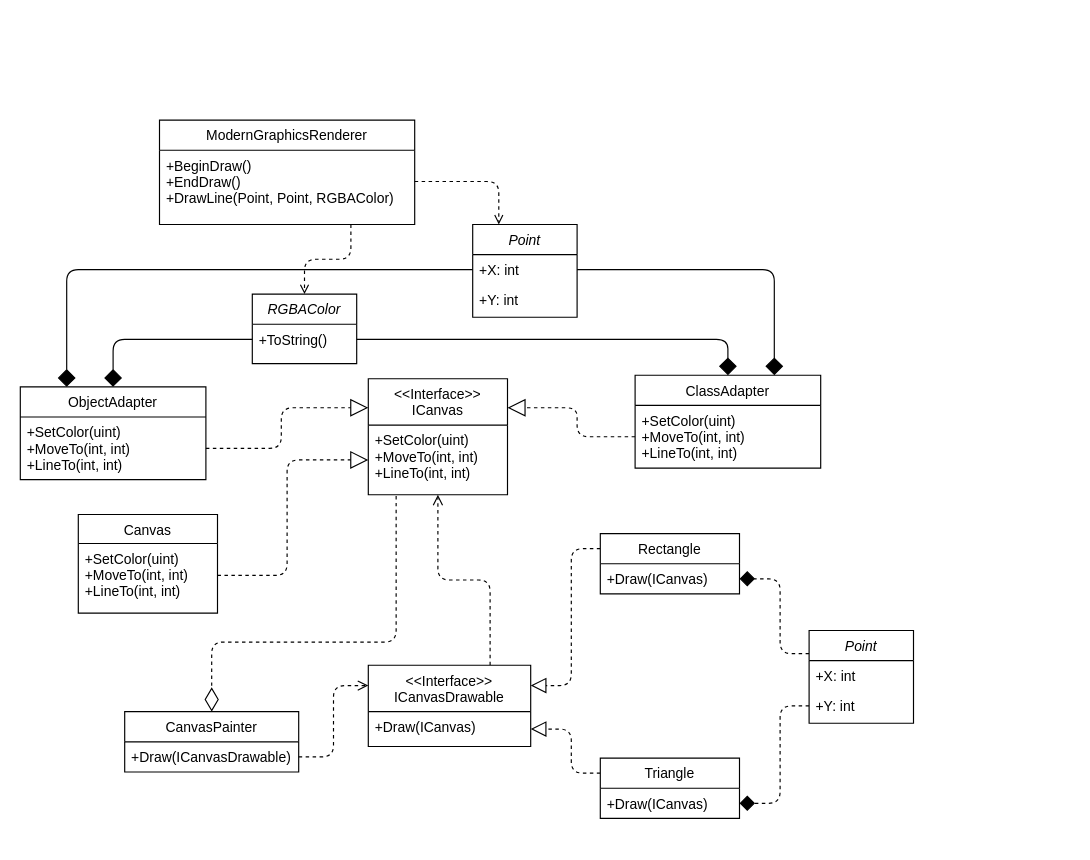
Earlier version of the draw.io diagram lab6/uml.drawio (Carapacik/ood_2020). Source tidied: cells renumbered, new cells numbered last; positions are measured from the earlier drawing's top-left corner, leaving out a move shared by most shapes. Both pictures are drawn from the tidied source at 116%, with x=0, y=0 at pixel (20, 119).
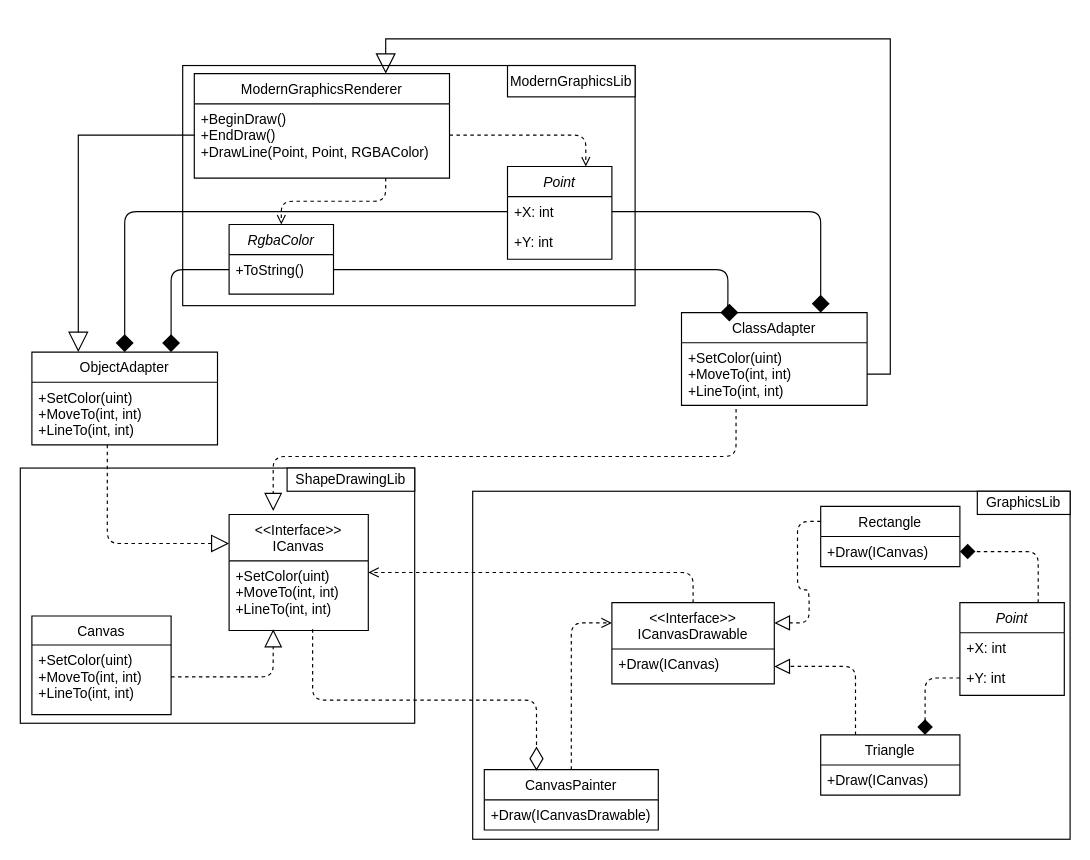
The same diagram, later.

The change refers to these unchanged cells:
```xml
<mxCell id="5" value="+Y: int" style="text;align=left;verticalAlign=top;spacingLeft=4;spacingRight=4;overflow=hidden;points=[[0,0.5],[1,0.5]];portConstraint=eastwest;rounded=0;shadow=0;html=0;" parent="3" vertex="1">
  <mxGeometry y="52" width="90" height="26" as="geometry" />
</mxCell>
<mxCell id="7" value="+SetColor(uint)&#10;+MoveTo(int, int)&#10;+LineTo(int, int)" style="text;align=left;verticalAlign=top;spacingLeft=4;spacingRight=4;overflow=hidden;points=[[0,0.5],[1,0.5]];portConstraint=eastwest;" parent="6" vertex="1">
  <mxGeometry y="26" width="160" height="54" as="geometry" />
</mxCell>
<mxCell id="11" value="+BeginDraw()&#10;+EndDraw()&#10;+DrawLine(Point, Point, RGBAColor)" style="text;align=left;verticalAlign=top;spacingLeft=4;spacingRight=4;overflow=hidden;points=[[0,0.5],[1,0.5]];portConstraint=eastwest;" parent="10" vertex="1">
  <mxGeometry y="26" width="220" height="54" as="geometry" />
</mxCell>
<mxCell id="14" value="+Draw(ICanvas)" style="text;align=left;verticalAlign=top;spacingLeft=4;spacingRight=4;overflow=hidden;points=[[0,0.5],[1,0.5]];portConstraint=eastwest;" parent="13" vertex="1">
  <mxGeometry y="26" width="120" height="26" as="geometry" />
</mxCell>
<mxCell id="17" value="+Draw(ICanvas)" style="text;align=left;verticalAlign=top;spacingLeft=4;spacingRight=4;overflow=hidden;points=[[0,0.5],[1,0.5]];portConstraint=eastwest;" parent="16" vertex="1">
  <mxGeometry y="26" width="120" height="26" as="geometry" />
</mxCell>
<mxCell id="19" value="+SetColor(uint)&#10;+MoveTo(int, int)&#10;+LineTo(int, int)" style="text;align=left;verticalAlign=top;spacingLeft=4;spacingRight=4;overflow=hidden;points=[[0,0.5],[1,0.5]];portConstraint=eastwest;" parent="18" vertex="1">
  <mxGeometry y="40" width="120" height="60" as="geometry" />
</mxCell>
<mxCell id="22" value="+Draw(ICanvas)" style="text;align=left;verticalAlign=top;spacingLeft=4;spacingRight=4;overflow=hidden;points=[[0,0.5],[1,0.5]];portConstraint=eastwest;" parent="21" vertex="1">
  <mxGeometry y="40" width="140" height="30" as="geometry" />
</mxCell>
<mxCell id="24" value="+Draw(ICanvasDrawable)" style="text;align=left;verticalAlign=top;spacingLeft=4;spacingRight=4;overflow=hidden;points=[[0,0.5],[1,0.5]];portConstraint=eastwest;" parent="23" vertex="1">
  <mxGeometry y="26" width="150" height="26" as="geometry" />
</mxCell>
<mxCell id="26" value="+SetColor(uint)&#10;+MoveTo(int, int)&#10;+LineTo(int, int)" style="text;align=left;verticalAlign=top;spacingLeft=4;spacingRight=4;overflow=hidden;points=[[0,0.5],[1,0.5]];portConstraint=eastwest;" parent="25" vertex="1">
  <mxGeometry y="25" width="120" height="55" as="geometry" />
</mxCell>
<mxCell id="28" value="+X: int" style="text;align=left;verticalAlign=top;spacingLeft=4;spacingRight=4;overflow=hidden;points=[[0,0.5],[1,0.5]];portConstraint=eastwest;" parent="27" vertex="1">
  <mxGeometry y="26" width="90" height="26" as="geometry" />
</mxCell>
<mxCell id="31" value="+SetColor(uint)&#10;+MoveTo(int, int)&#10;+LineTo(int, int)" style="text;align=left;verticalAlign=top;spacingLeft=4;spacingRight=4;overflow=hidden;points=[[0,0.5],[1,0.5]];portConstraint=eastwest;" parent="30" vertex="1">
  <mxGeometry y="26" width="160" height="54" as="geometry" />
</mxCell>
<mxCell id="33" value="+ToString()" style="text;align=left;verticalAlign=top;spacingLeft=4;spacingRight=4;overflow=hidden;points=[[0,0.5],[1,0.5]];portConstraint=eastwest;" parent="32" vertex="1">
  <mxGeometry y="26" width="90" height="26" as="geometry" />
</mxCell>
```

Diff of the diagram source:
```diff
@@
+    <mxCell id="44" style="rounded=0;whiteSpace=wrap;html=1;" parent="1" vertex="1">
+      <mxGeometry y="300" width="340" height="220" as="geometry" />
+    </mxCell>
+    <mxCell id="45" style="rounded=0;whiteSpace=wrap;html=1;" parent="1" vertex="1">
+      <mxGeometry x="390" y="320" width="515" height="300" as="geometry" />
+    </mxCell>
+    <mxCell id="46" style="rounded=0;whiteSpace=wrap;html=1;" parent="1" vertex="1">
+      <mxGeometry x="140" y="-47" width="390" height="207" as="geometry" />
+    </mxCell>
+    <mxCell id="47" value="ModernGraphicsLib" style="rounded=0;whiteSpace=wrap;html=1;" parent="1" vertex="1">
+      <mxGeometry x="420" y="-47" width="110" height="27" as="geometry" />
+    </mxCell>
-    <mxCell id="2" style="edgeStyle=orthogonalEdgeStyle;rounded=1;sketch=0;jumpSize=9;jettySize=auto;html=1;exitX=0;exitY=0.25;exitDx=0;exitDy=0;entryX=1;entryY=0.5;entryDx=0;entryDy=0;shadow=0;dashed=1;endArrow=diamond;endFill=1;endSize=11;strokeColor=#000000;strokeWidth=1;" parent="1" edge="1" source="3" target="17">
+    <mxCell id="2" style="edgeStyle=orthogonalEdgeStyle;rounded=1;sketch=0;jumpSize=9;jettySize=auto;html=1;exitX=0.75;exitY=0;exitDx=0;exitDy=0;entryX=1;entryY=0.5;entryDx=0;entryDy=0;shadow=0;dashed=1;endArrow=diamond;endFill=1;endSize=11;strokeColor=#000000;strokeWidth=1;" parent="1" edge="1" source="3" target="17">
       <mxGeometry relative="1" as="geometry" />
     </mxCell>
     <mxCell id="3" value="Point" style="swimlane;fontStyle=2;align=center;verticalAlign=top;horizontal=1;startSize=26;rounded=0;shadow=0;strokeWidth=1;" parent="1" vertex="1">
-      <mxGeometry x="680" y="440" width="90" height="80" as="geometry" />
+      <mxGeometry x="810" y="416" width="90" height="80" as="geometry" />
     </mxCell>
@@
     <mxCell id="6" value="ClassAdapter" style="swimlane;fontStyle=0;align=center;verticalAlign=top;horizontal=1;startSize=26;rounded=0;shadow=0;strokeWidth=1;" parent="1" vertex="1">
-      <mxGeometry x="530" y="220" width="160" height="80" as="geometry" />
+      <mxGeometry x="570" y="166" width="160" height="80" as="geometry" />
     </mxCell>
@@
-    <mxCell id="9" style="edgeStyle=orthogonalEdgeStyle;sketch=0;jumpSize=3;jettySize=auto;html=1;entryX=0.25;entryY=0;entryDx=0;entryDy=0;shadow=0;dashed=1;strokeColor=#000000;strokeWidth=1;rounded=1;endArrow=open;endFill=0;exitX=1;exitY=0.5;exitDx=0;exitDy=0;" parent="1" edge="1" source="11" target="27">
+    <mxCell id="9" style="edgeStyle=orthogonalEdgeStyle;sketch=0;jumpSize=3;jettySize=auto;html=1;entryX=0.75;entryY=0;entryDx=0;entryDy=0;shadow=0;dashed=1;strokeColor=#000000;strokeWidth=1;rounded=1;endArrow=open;endFill=0;exitX=1;exitY=0.5;exitDx=0;exitDy=0;" parent="1" edge="1" source="11" target="27">
       <mxGeometry relative="1" as="geometry" />
     </mxCell>
     <mxCell id="10" value="ModernGraphicsRenderer" style="swimlane;fontStyle=0;align=center;verticalAlign=top;horizontal=1;startSize=26;rounded=0;shadow=0;strokeWidth=1;" parent="1" vertex="1">
-      <mxGeometry x="120" width="220" height="90" as="geometry" />
+      <mxGeometry x="150" y="-40" width="220" height="90" as="geometry" />
     </mxCell>
@@
-    <mxCell id="12" style="edgeStyle=orthogonalEdgeStyle;rounded=1;sketch=0;jumpSize=9;jettySize=auto;html=1;exitX=0;exitY=0.25;exitDx=0;exitDy=0;entryX=1;entryY=0.5;entryDx=0;entryDy=0;shadow=0;dashed=1;endArrow=block;endFill=0;endSize=11;strokeColor=#000000;strokeWidth=1;" parent="1" edge="1" source="13" target="22">
+    <mxCell id="12" style="edgeStyle=orthogonalEdgeStyle;rounded=1;sketch=0;jumpSize=9;jettySize=auto;html=1;exitX=0.25;exitY=0;exitDx=0;exitDy=0;entryX=1;entryY=0.5;entryDx=0;entryDy=0;shadow=0;dashed=1;endArrow=block;endFill=0;endSize=11;strokeColor=#000000;strokeWidth=1;" parent="1" edge="1" source="13" target="22">
       <mxGeometry relative="1" as="geometry" />
     </mxCell>
     <mxCell id="13" value="Triangle" style="swimlane;fontStyle=0;align=center;verticalAlign=top;horizontal=1;startSize=26;rounded=0;shadow=0;strokeWidth=1;" parent="1" vertex="1">
-      <mxGeometry x="500" y="550" width="120" height="52" as="geometry" />
+      <mxGeometry x="690" y="530" width="120" height="52" as="geometry" />
     </mxCell>
@@
     <mxCell id="16" value="Rectangle" style="swimlane;fontStyle=0;align=center;verticalAlign=top;horizontal=1;startSize=26;rounded=0;shadow=0;strokeWidth=1;" parent="1" vertex="1">
-      <mxGeometry x="500" y="356.5" width="120" height="52" as="geometry" />
+      <mxGeometry x="690" y="333" width="120" height="52" as="geometry" />
     </mxCell>
@@
     <mxCell id="18" value="&lt;&lt;Interface&gt;&gt;&#10;ICanvas&#10;" style="swimlane;fontStyle=0;align=center;verticalAlign=top;horizontal=1;startSize=40;rounded=0;shadow=0;strokeWidth=1;" parent="1" vertex="1">
-      <mxGeometry x="300" y="223" width="120" height="100" as="geometry" />
+      <mxGeometry x="180" y="340" width="120" height="100" as="geometry" />
     </mxCell>
@@
-    <mxCell id="20" style="edgeStyle=orthogonalEdgeStyle;rounded=1;sketch=0;jumpSize=3;jettySize=auto;html=1;exitX=0.75;exitY=0;exitDx=0;exitDy=0;shadow=0;dashed=1;endArrow=open;endFill=0;endSize=7;strokeColor=#000000;strokeWidth=1;" parent="1" edge="1" source="21" target="18">
+    <mxCell id="20" style="edgeStyle=orthogonalEdgeStyle;rounded=1;sketch=0;jumpSize=3;jettySize=auto;html=1;exitX=0.5;exitY=0;exitDx=0;exitDy=0;shadow=0;dashed=1;endArrow=open;endFill=0;endSize=7;strokeColor=#000000;strokeWidth=1;" parent="1" edge="1" source="21" target="18">
       <mxGeometry relative="1" as="geometry" />
     </mxCell>
     <mxCell id="21" value="&lt;&lt;Interface&gt;&gt;&#10;ICanvasDrawable&#10;" style="swimlane;fontStyle=0;align=center;verticalAlign=top;horizontal=1;startSize=40;rounded=0;shadow=0;strokeWidth=1;" parent="1" vertex="1">
-      <mxGeometry x="300" y="470" width="140" height="70" as="geometry" />
+      <mxGeometry x="510" y="416" width="140" height="70" as="geometry" />
     </mxCell>
@@
     <mxCell id="23" value="CanvasPainter" style="swimlane;fontStyle=0;align=center;verticalAlign=top;horizontal=1;startSize=26;rounded=0;shadow=0;strokeWidth=1;" parent="1" vertex="1">
-      <mxGeometry x="90" y="510" width="150" height="52" as="geometry" />
+      <mxGeometry x="400" y="560" width="150" height="52" as="geometry" />
     </mxCell>
@@
     <mxCell id="25" value="Canvas" style="swimlane;fontStyle=0;align=center;verticalAlign=top;horizontal=1;startSize=25;rounded=0;shadow=0;strokeWidth=1;" parent="1" vertex="1">
-      <mxGeometry x="50" y="340" width="120" height="85" as="geometry" />
+      <mxGeometry x="10" y="427.5" width="120" height="85" as="geometry" />
     </mxCell>
@@
     <mxCell id="27" value="Point" style="swimlane;fontStyle=2;align=center;verticalAlign=top;horizontal=1;startSize=26;rounded=0;shadow=0;strokeWidth=1;" parent="1" vertex="1">
-      <mxGeometry x="390" y="90" width="90" height="80" as="geometry" />
+      <mxGeometry x="420" y="40" width="90" height="80" as="geometry" />
     </mxCell>
@@
     <mxCell id="30" value="ObjectAdapter" style="swimlane;fontStyle=0;align=center;verticalAlign=top;horizontal=1;startSize=26;rounded=0;shadow=0;strokeWidth=1;" parent="1" vertex="1">
-      <mxGeometry y="230" width="160" height="80" as="geometry" />
+      <mxGeometry x="10" y="200" width="160" height="80" as="geometry" />
     </mxCell>
@@
-    <mxCell id="32" value="RGBAColor" style="swimlane;fontStyle=2;align=center;verticalAlign=top;horizontal=1;startSize=26;rounded=0;shadow=0;strokeWidth=1;" parent="1" vertex="1">
-      <mxGeometry x="200" y="150" width="90" height="60" as="geometry" />
+    <mxCell id="32" value="RgbaColor" style="swimlane;fontStyle=2;align=center;verticalAlign=top;horizontal=1;startSize=26;rounded=0;shadow=0;strokeWidth=1;" parent="1" vertex="1">
+      <mxGeometry x="180" y="90" width="90" height="60" as="geometry" />
     </mxCell>
@@
-    <mxCell id="34" style="edgeStyle=orthogonalEdgeStyle;rounded=1;sketch=0;jumpSize=3;jettySize=auto;html=1;exitX=0;exitY=0.5;exitDx=0;exitDy=0;entryX=0.5;entryY=0;entryDx=0;entryDy=0;shadow=0;strokeColor=#000000;strokeWidth=1;endArrow=diamond;endFill=1;endSize=13;" parent="1" edge="1" source="33" target="30">
+    <mxCell id="34" style="edgeStyle=orthogonalEdgeStyle;rounded=1;sketch=0;jumpSize=3;jettySize=auto;html=1;exitX=0;exitY=0.5;exitDx=0;exitDy=0;entryX=0.75;entryY=0;entryDx=0;entryDy=0;shadow=0;strokeColor=#000000;strokeWidth=1;endArrow=diamond;endFill=1;endSize=13;" parent="1" edge="1" source="33" target="30">
       <mxGeometry relative="1" as="geometry" />
     </mxCell>
-    <mxCell id="35" style="edgeStyle=orthogonalEdgeStyle;rounded=1;sketch=0;jumpSize=3;jettySize=auto;html=1;exitX=1;exitY=0.5;exitDx=0;exitDy=0;entryX=0.5;entryY=0;entryDx=0;entryDy=0;shadow=0;endArrow=diamond;endFill=1;endSize=13;strokeColor=#000000;strokeWidth=1;" parent="1" edge="1" source="33" target="6">
-      <mxGeometry relative="1" as="geometry" />
+    <mxCell id="35" style="edgeStyle=orthogonalEdgeStyle;rounded=1;sketch=0;jumpSize=3;jettySize=auto;html=1;exitX=1;exitY=0.5;exitDx=0;exitDy=0;entryX=0.306;entryY=0;entryDx=0;entryDy=0;shadow=0;endArrow=diamond;endFill=1;endSize=13;strokeColor=#000000;strokeWidth=1;entryPerimeter=0;" parent="1" edge="1" source="33" target="6">
+      <mxGeometry relative="1" as="geometry">
+        <Array as="points">
+          <mxPoint x="610" y="129" />
+          <mxPoint x="610" y="166" />
+        </Array>
+      </mxGeometry>
     </mxCell>
-    <mxCell id="36" style="edgeStyle=orthogonalEdgeStyle;rounded=1;sketch=0;jumpSize=3;jettySize=auto;html=1;exitX=0;exitY=0.5;exitDx=0;exitDy=0;entryX=0.25;entryY=0;entryDx=0;entryDy=0;shadow=0;endArrow=diamond;endFill=1;endSize=13;strokeColor=#000000;strokeWidth=1;" parent="1" edge="1" source="28" target="30">
+    <mxCell id="36" style="edgeStyle=orthogonalEdgeStyle;rounded=1;sketch=0;jumpSize=3;jettySize=auto;html=1;exitX=0;exitY=0.5;exitDx=0;exitDy=0;entryX=0.5;entryY=0;entryDx=0;entryDy=0;shadow=0;endArrow=diamond;endFill=1;endSize=13;strokeColor=#000000;strokeWidth=1;" parent="1" edge="1" source="28" target="30">
       <mxGeometry relative="1" as="geometry" />
     </mxCell>
@@
-    <mxCell id="38" style="edgeStyle=orthogonalEdgeStyle;rounded=1;sketch=0;jumpSize=3;jettySize=auto;html=1;exitX=0;exitY=0.5;exitDx=0;exitDy=0;entryX=1;entryY=0.25;entryDx=0;entryDy=0;shadow=0;endArrow=block;endFill=0;endSize=13;strokeColor=#000000;strokeWidth=1;dashed=1;" parent="1" edge="1" source="7" target="18">
-      <mxGeometry relative="1" as="geometry" />
+    <mxCell id="38" style="edgeStyle=orthogonalEdgeStyle;rounded=1;sketch=0;jumpSize=3;jettySize=auto;html=1;exitX=0.294;exitY=1.056;exitDx=0;exitDy=0;shadow=0;endArrow=block;endFill=0;endSize=13;strokeColor=#000000;strokeWidth=1;dashed=1;exitPerimeter=0;entryX=0.317;entryY=-0.03;entryDx=0;entryDy=0;entryPerimeter=0;" parent="1" edge="1" source="7" target="18">
+      <mxGeometry relative="1" as="geometry">
+        <Array as="points">
+          <mxPoint x="617" y="290" />
+          <mxPoint x="218" y="290" />
+        </Array>
+      </mxGeometry>
     </mxCell>
-    <mxCell id="39" style="edgeStyle=orthogonalEdgeStyle;rounded=1;sketch=0;jumpSize=3;jettySize=auto;html=1;exitX=1;exitY=0.5;exitDx=0;exitDy=0;entryX=0;entryY=0.25;entryDx=0;entryDy=0;shadow=0;dashed=1;endArrow=block;endFill=0;endSize=13;strokeColor=#000000;strokeWidth=1;" parent="1" edge="1" source="31" target="18">
-      <mxGeometry relative="1" as="geometry" />
+    <mxCell id="39" style="edgeStyle=orthogonalEdgeStyle;rounded=1;sketch=0;jumpSize=3;jettySize=auto;html=1;shadow=0;dashed=1;endArrow=block;endFill=0;endSize=13;strokeColor=#000000;strokeWidth=1;entryX=0;entryY=0.25;entryDx=0;entryDy=0;" parent="1" edge="1" source="31" target="18">
+      <mxGeometry relative="1" as="geometry">
+        <Array as="points">
+          <mxPoint x="75" y="365" />
+        </Array>
+      </mxGeometry>
     </mxCell>
-    <mxCell id="40" style="edgeStyle=orthogonalEdgeStyle;rounded=1;sketch=0;jumpSize=3;jettySize=auto;html=1;exitX=1;exitY=0.5;exitDx=0;exitDy=0;entryX=0;entryY=0.5;entryDx=0;entryDy=0;shadow=0;dashed=1;endArrow=block;endFill=0;endSize=13;strokeColor=#000000;strokeWidth=1;" parent="1" edge="1" source="26" target="19">
-      <mxGeometry relative="1" as="geometry" />
+    <mxCell id="40" style="edgeStyle=orthogonalEdgeStyle;rounded=1;sketch=0;jumpSize=3;jettySize=auto;html=1;exitX=1;exitY=0.5;exitDx=0;exitDy=0;shadow=0;dashed=1;endArrow=block;endFill=0;endSize=13;strokeColor=#000000;strokeWidth=1;entryX=0.317;entryY=0.983;entryDx=0;entryDy=0;entryPerimeter=0;" parent="1" edge="1" source="26" target="19">
+      <mxGeometry relative="1" as="geometry">
+        <Array as="points">
+          <mxPoint x="218" y="480" />
+        </Array>
+      </mxGeometry>
     </mxCell>
-    <mxCell id="41" style="edgeStyle=orthogonalEdgeStyle;rounded=1;sketch=0;jumpSize=3;jettySize=auto;html=1;exitX=0.2;exitY=1.017;exitDx=0;exitDy=0;entryX=0.5;entryY=0;entryDx=0;entryDy=0;shadow=0;dashed=1;endArrow=diamondThin;endFill=0;endSize=18;strokeColor=#000000;strokeWidth=1;exitPerimeter=0;" parent="1" edge="1" source="19" target="23">
+    <mxCell id="41" style="edgeStyle=orthogonalEdgeStyle;rounded=1;sketch=0;jumpSize=3;jettySize=auto;html=1;shadow=0;dashed=1;endArrow=diamondThin;endFill=0;endSize=18;strokeColor=#000000;strokeWidth=1;entryX=0.3;entryY=0.019;entryDx=0;entryDy=0;entryPerimeter=0;" parent="1" edge="1" target="23">
       <mxGeometry relative="1" as="geometry">
+        <mxPoint x="252" y="439" as="sourcePoint" />
         <Array as="points">
-          <mxPoint x="324" y="450" />
-          <mxPoint x="165" y="450" />
+          <mxPoint x="252" y="500" />
+          <mxPoint x="445" y="500" />
         </Array>
       </mxGeometry>
     </mxCell>
-    <mxCell id="42" style="edgeStyle=orthogonalEdgeStyle;rounded=1;sketch=0;jumpSize=3;jettySize=auto;html=1;exitX=1;exitY=0.5;exitDx=0;exitDy=0;entryX=0;entryY=0.25;entryDx=0;entryDy=0;shadow=0;dashed=1;endArrow=open;endFill=0;endSize=7;strokeColor=#000000;strokeWidth=1;" parent="1" edge="1" source="24" target="21">
+    <mxCell id="42" style="edgeStyle=orthogonalEdgeStyle;rounded=1;sketch=0;jumpSize=3;jettySize=auto;html=1;exitX=0.5;exitY=0;exitDx=0;exitDy=0;entryX=0;entryY=0.25;entryDx=0;entryDy=0;shadow=0;dashed=1;endArrow=open;endFill=0;endSize=7;strokeColor=#000000;strokeWidth=1;" parent="1" edge="1" source="23" target="21">
       <mxGeometry relative="1" as="geometry" />
     </mxCell>
-    <mxCell id="43" style="edgeStyle=orthogonalEdgeStyle;rounded=1;sketch=0;jumpSize=9;jettySize=auto;html=1;exitX=0;exitY=0.5;exitDx=0;exitDy=0;entryX=1;entryY=0.5;entryDx=0;entryDy=0;shadow=0;dashed=1;endArrow=diamond;endFill=1;endSize=11;strokeColor=#000000;strokeWidth=1;" parent="1" edge="1" source="5" target="14">
+    <mxCell id="43" style="edgeStyle=orthogonalEdgeStyle;rounded=1;sketch=0;jumpSize=9;jettySize=auto;html=1;exitX=0;exitY=0.5;exitDx=0;exitDy=0;entryX=0.75;entryY=0;entryDx=0;entryDy=0;shadow=0;dashed=1;endArrow=diamond;endFill=1;endSize=11;strokeColor=#000000;strokeWidth=1;" parent="1" edge="1" source="5" target="13">
       <mxGeometry relative="1" as="geometry" />
     </mxCell>
+    <mxCell id="48" style="edgeStyle=orthogonalEdgeStyle;rounded=0;jettySize=auto;html=1;exitX=1;exitY=0.5;exitDx=0;exitDy=0;entryX=0.75;entryY=0;entryDx=0;entryDy=0;endArrow=block;endFill=0;endSize=15;" parent="1" edge="1" source="7" target="10">
+      <mxGeometry relative="1" as="geometry" />
+    </mxCell>
+    <mxCell id="49" style="edgeStyle=orthogonalEdgeStyle;rounded=0;jettySize=auto;html=1;exitX=0;exitY=0.5;exitDx=0;exitDy=0;entryX=0.25;entryY=0;entryDx=0;entryDy=0;endArrow=block;endFill=0;endSize=15;" parent="1" edge="1" source="11" target="30">
+      <mxGeometry relative="1" as="geometry" />
+    </mxCell>
+    <mxCell id="50" value="GraphicsLib" style="rounded=0;whiteSpace=wrap;html=1;" parent="1" vertex="1">
+      <mxGeometry x="825" y="320" width="80" height="20" as="geometry" />
+    </mxCell>
+    <mxCell id="51" value="ShapeDrawingLib" style="rounded=0;whiteSpace=wrap;html=1;" parent="1" vertex="1">
+      <mxGeometry x="230" y="300" width="110" height="20" as="geometry" />
+    </mxCell>
```
